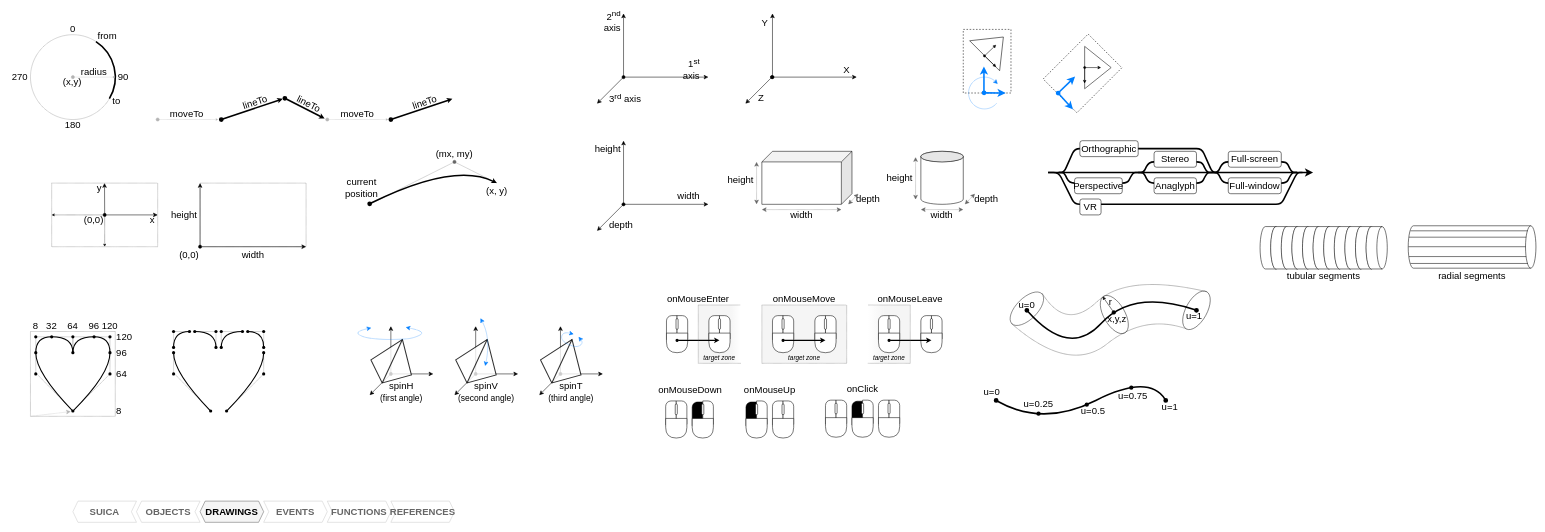
Before: docs/images/images.drawio in boytchev/suica, a draw.io diagram. Source tidied: cells renumbered, new cells numbered last; positions are measured from the earlier drawing's top-left corner, leaving out a move shared by most shapes. Both pictures are drawn from the tidied source at 53%, with x=0, y=0 at pixel (9, 13).
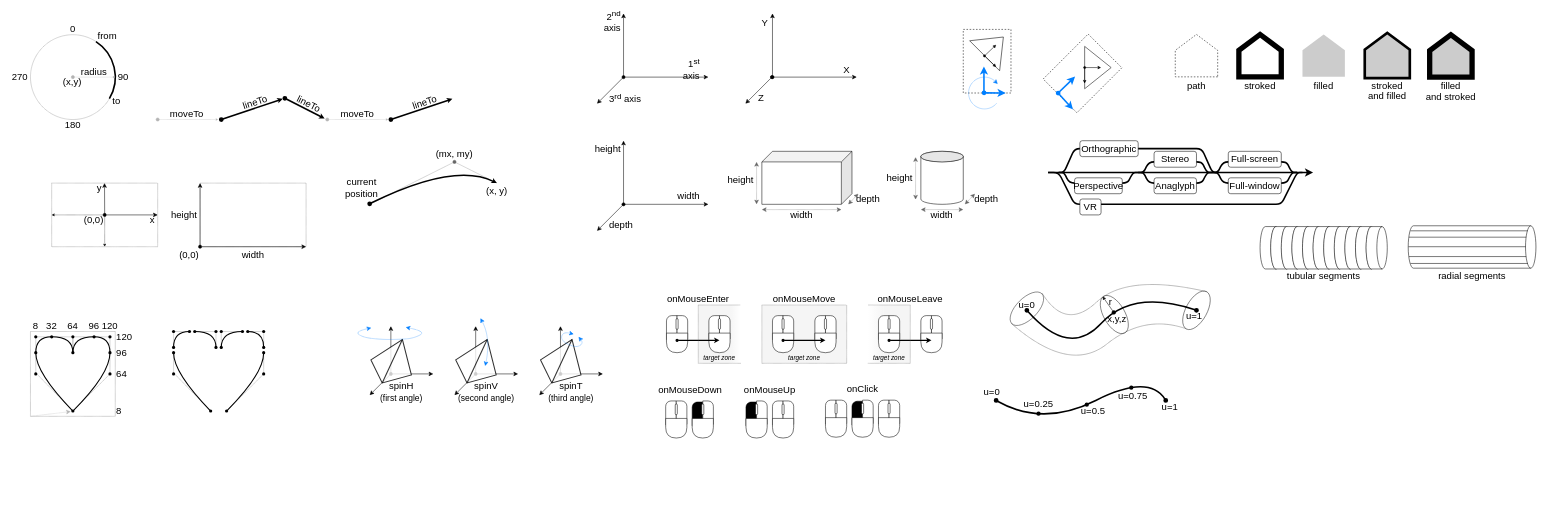
After the change.

Commit message (it also covers changes not shown here):
Fixed documentation of drawings, added 1 test case

Change to the diagram source:
```diff
@@
+    <mxCell id="322" style="shape=offPageConnector;whiteSpace=wrap;html=1;rotation=-180;fillColor=#CCCCCC;dashed=1;strokeColor=none;" parent="1" vertex="1">
+      <mxGeometry x="2680" y="40" width="80" height="80" as="geometry" />
+    </mxCell>
@@
-    <mxCell id="310" style="verticalLabelPosition=bottom;verticalAlign=top;html=1;shape=mxgraph.basic.polygon;polyCoords=[[0.08,0],[0.92,0],[1,0.5],[1,0.5],[0.92,1],[0.08,1],[0,0.5],[0,0.5]];polyline=0;fillColor=#f5f5f5;fontColor=#333333;strokeColor=#666666;" parent="1" vertex="1">
-      <mxGeometry x="360" y="920" width="120" height="40" as="geometry" />
-    </mxCell>
-    <mxCell id="311" value="DRAWINGS" style="text;html=1;strokeColor=none;fillColor=none;align=center;verticalAlign=middle;whiteSpace=wrap;rounded=0;fontFamily=Calibri;fontSize=18;fontStyle=1;" parent="1" vertex="1">
-      <mxGeometry x="370" y="930" width="100" height="20" as="geometry" />
-    </mxCell>
-    <mxCell id="312" style="verticalLabelPosition=bottom;verticalAlign=top;html=1;shape=mxgraph.basic.polygon;polyCoords=[[0,0],[0.92,0],[1,0.5],[1,0.5],[0.92,1],[0,1],[0.08,0.5],[0.08,0.5]];polyline=0;fillColor=none;fontColor=#333333;strokeColor=#CCCCCC;" parent="1" vertex="1">
-      <mxGeometry x="480" y="920" width="120" height="40" as="geometry" />
-    </mxCell>
-    <mxCell id="313" value="EVENTS" style="text;html=1;strokeColor=none;fillColor=none;align=center;verticalAlign=middle;whiteSpace=wrap;rounded=0;fontFamily=Calibri;fontSize=18;fontStyle=1;fontColor=#666666;" parent="1" vertex="1">
-      <mxGeometry x="490" y="930" width="100" height="20" as="geometry" />
-    </mxCell>
-    <mxCell id="314" style="verticalLabelPosition=bottom;verticalAlign=top;html=1;shape=mxgraph.basic.polygon;polyCoords=[[0,0],[0.92,0],[1,0.5],[1,0.5],[0.92,1],[0,1],[0.08,0.5],[0.08,0.5]];polyline=0;fillColor=none;fontColor=#333333;strokeColor=#CCCCCC;" parent="1" vertex="1">
-      <mxGeometry x="600" y="920" width="120" height="40" as="geometry" />
-    </mxCell>
-    <mxCell id="315" value="FUNCTIONS" style="text;html=1;strokeColor=none;fillColor=none;align=center;verticalAlign=middle;whiteSpace=wrap;rounded=0;fontFamily=Calibri;fontSize=18;fontStyle=1;fontColor=#666666;" parent="1" vertex="1">
-      <mxGeometry x="610" y="930" width="100" height="20" as="geometry" />
-    </mxCell>
-    <mxCell id="316" style="verticalLabelPosition=bottom;verticalAlign=top;html=1;shape=mxgraph.basic.polygon;polyCoords=[[0,0],[0.92,0],[1,0.5],[1,0.5],[0.92,1],[0,1],[0.08,0.5],[0.08,0.5]];polyline=0;fillColor=none;fontColor=#333333;strokeColor=#CCCCCC;" parent="1" vertex="1">
-      <mxGeometry x="720" y="920" width="120" height="40" as="geometry" />
-    </mxCell>
-    <mxCell id="317" value="REFERENCES" style="text;html=1;strokeColor=none;fillColor=none;align=center;verticalAlign=middle;whiteSpace=wrap;rounded=0;fontFamily=Calibri;fontSize=18;fontStyle=1;fontColor=#666666;" parent="1" vertex="1">
-      <mxGeometry x="730" y="930" width="100" height="20" as="geometry" />
-    </mxCell>
-    <mxCell id="318" style="verticalLabelPosition=bottom;verticalAlign=top;html=1;shape=mxgraph.basic.polygon;polyCoords=[[0.08,0],[1,0],[0.92,0.5],[0.92,0.5],[1,1],[0.08,1],[0,0.5],[0,0.5]];polyline=0;fillColor=none;fontColor=#333333;strokeColor=#CCCCCC;" parent="1" vertex="1">
-      <mxGeometry x="120" y="920" width="120" height="40" as="geometry" />
-    </mxCell>
-    <mxCell id="319" value="SUICA" style="text;html=1;strokeColor=none;fillColor=none;align=center;verticalAlign=middle;whiteSpace=wrap;rounded=0;fontFamily=Calibri;fontSize=18;fontStyle=1;fontColor=#666666;" parent="1" vertex="1">
-      <mxGeometry x="130" y="930" width="100" height="20" as="geometry" />
-    </mxCell>
-    <mxCell id="320" style="verticalLabelPosition=bottom;verticalAlign=top;html=1;shape=mxgraph.basic.polygon;polyCoords=[[0.08,0],[1,0],[0.92,0.5],[0.92,0.5],[1,1],[0.08,1],[0,0.5],[0,0.5]];polyline=0;fillColor=none;fontColor=#333333;strokeColor=#CCCCCC;" parent="1" vertex="1">
-      <mxGeometry x="240" y="920" width="120" height="40" as="geometry" />
-    </mxCell>
-    <mxCell id="321" value="OBJECTS" style="text;html=1;strokeColor=none;fillColor=none;align=center;verticalAlign=middle;whiteSpace=wrap;rounded=0;fontFamily=Calibri;fontSize=18;fontStyle=1;fontColor=#666666;" parent="1" vertex="1">
-      <mxGeometry x="250" y="930" width="100" height="20" as="geometry" />
-    </mxCell>
+    <mxCell id="323" style="shape=offPageConnector;whiteSpace=wrap;html=1;rotation=-180;fillColor=none;dashed=1;" parent="1" vertex="1">
+      <mxGeometry x="2200" y="39.5" width="80" height="80" as="geometry" />
+    </mxCell>
+    <mxCell id="324" style="shape=offPageConnector;whiteSpace=wrap;html=1;rotation=-180;fillColor=none;strokeWidth=10;" parent="1" vertex="1">
+      <mxGeometry x="2320" y="39.5" width="80" height="80" as="geometry" />
+    </mxCell>
+    <mxCell id="325" style="shape=offPageConnector;whiteSpace=wrap;html=1;rotation=-180;fillColor=#CCCCCC;dashed=1;strokeColor=none;" parent="1" vertex="1">
+      <mxGeometry x="2440" y="39.5" width="80" height="80" as="geometry" />
+    </mxCell>
+    <mxCell id="326" style="shape=offPageConnector;whiteSpace=wrap;html=1;rotation=-180;fillColor=none;strokeWidth=10;" parent="1" vertex="1">
+      <mxGeometry x="2560" y="39.5" width="80" height="80" as="geometry" />
+    </mxCell>
+    <mxCell id="327" style="shape=offPageConnector;whiteSpace=wrap;html=1;rotation=-180;fillColor=#CCCCCC;dashed=1;strokeColor=none;" parent="1" vertex="1">
+      <mxGeometry x="2560" y="39.5" width="80" height="80" as="geometry" />
+    </mxCell>
+    <mxCell id="328" value="path" style="text;html=1;strokeColor=none;fillColor=none;align=center;verticalAlign=bottom;whiteSpace=wrap;rounded=0;rotation=0;fontFamily=Calibri;fontSize=18;" parent="1" vertex="1">
+      <mxGeometry x="2200" y="130" width="80" height="20" as="geometry" />
+    </mxCell>
+    <mxCell id="329" value="stroked" style="text;html=1;strokeColor=none;fillColor=none;align=center;verticalAlign=bottom;whiteSpace=wrap;rounded=0;rotation=0;fontFamily=Calibri;fontSize=18;" parent="1" vertex="1">
+      <mxGeometry x="2320" y="130" width="80" height="20" as="geometry" />
+    </mxCell>
+    <mxCell id="330" value="filled" style="text;html=1;strokeColor=none;fillColor=none;align=center;verticalAlign=bottom;whiteSpace=wrap;rounded=0;rotation=0;fontFamily=Calibri;fontSize=18;" parent="1" vertex="1">
+      <mxGeometry x="2440" y="130" width="80" height="20" as="geometry" />
+    </mxCell>
+    <mxCell id="331" value="and filled" style="text;html=1;strokeColor=none;fillColor=none;align=center;verticalAlign=bottom;whiteSpace=wrap;rounded=0;rotation=0;fontFamily=Calibri;fontSize=18;" parent="1" vertex="1">
+      <mxGeometry x="2560" y="150" width="80" height="20" as="geometry" />
+    </mxCell>
+    <mxCell id="332" value="stroked" style="text;html=1;strokeColor=none;fillColor=none;align=center;verticalAlign=bottom;whiteSpace=wrap;rounded=0;rotation=0;fontFamily=Calibri;fontSize=18;" parent="1" vertex="1">
+      <mxGeometry x="2560" y="130" width="80" height="20" as="geometry" />
+    </mxCell>
+    <mxCell id="333" style="shape=offPageConnector;whiteSpace=wrap;html=1;rotation=-180;fillColor=none;strokeWidth=10;" parent="1" vertex="1">
+      <mxGeometry x="2680" y="40" width="80" height="80" as="geometry" />
+    </mxCell>
+    <mxCell id="334" value="and stroked" style="text;html=1;strokeColor=none;fillColor=none;align=center;verticalAlign=bottom;whiteSpace=wrap;rounded=0;rotation=0;fontFamily=Calibri;fontSize=18;" parent="1" vertex="1">
+      <mxGeometry x="2670" y="150.5" width="100" height="20" as="geometry" />
+    </mxCell>
+    <mxCell id="335" value="filled" style="text;html=1;strokeColor=none;fillColor=none;align=center;verticalAlign=bottom;whiteSpace=wrap;rounded=0;rotation=0;fontFamily=Calibri;fontSize=18;" parent="1" vertex="1">
+      <mxGeometry x="2680" y="130.5" width="80" height="20" as="geometry" />
+    </mxCell>
```
